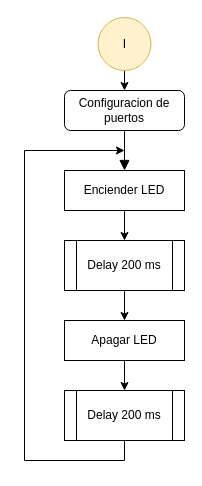
Earlier version of the draw.io diagram Diagrama de flujo TP1.drawio (rodrigovzq/Laboratorio-Microprocesadores). Source tidied: cells renumbered, new cells numbered last; positions are measured from the earlier drawing's top-left corner, leaving out a move shared by most shapes. Both pictures are drawn from the tidied source at 100%, with x=0, y=0 at pixel (24, 17).
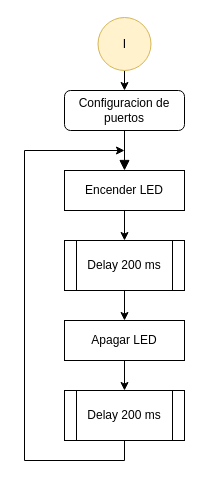
Above is the later version.

What changed in the source:
```diff
@@
 <mxGraphModel>
   <root>
     <mxCell id="0" />
     <mxCell id="1" parent="0" />
     <mxCell id="2" style="rounded=0;html=1;jettySize=auto;fontSize=11;endArrow=block;endFill=1;endSize=8;strokeWidth=1;shadow=0;labelBackgroundColor=none;edgeStyle=orthogonalEdgeStyle;entryX=0.5;entryY=0;entryDx=0;entryDy=0;" parent="1" edge="1" source="3" target="7">
       <mxGeometry relative="1" as="geometry" />
     </mxCell>
     <mxCell id="3" value="Configuracion de puertos" style="rounded=1;whiteSpace=wrap;html=1;fontSize=12;glass=0;strokeWidth=1;shadow=0;" parent="1" vertex="1">
       <mxGeometry x="40" y="73" width="120" height="40" as="geometry" />
     </mxCell>
     <mxCell id="4" style="edgeStyle=orthogonalEdgeStyle;rounded=0;jettySize=auto;html=1;exitX=0.5;exitY=1;exitDx=0;exitDy=0;entryX=0.5;entryY=0;entryDx=0;entryDy=0;fontColor=#FFFFFF;" parent="1" edge="1" source="5" target="3">
       <mxGeometry relative="1" as="geometry" />
     </mxCell>
     <mxCell id="5" value="I" style="ellipse;whiteSpace=wrap;html=1;fillColor=#fff2cc;strokeColor=#d6b656;" parent="1" vertex="1">
       <mxGeometry x="73.5" width="53" height="53" as="geometry" />
     </mxCell>
     <mxCell id="6" style="edgeStyle=orthogonalEdgeStyle;rounded=0;jettySize=auto;html=1;exitX=0.5;exitY=1;exitDx=0;exitDy=0;entryX=0.5;entryY=0;entryDx=0;entryDy=0;fontColor=#FFFFFF;" parent="1" edge="1" source="7" target="9">
       <mxGeometry relative="1" as="geometry" />
     </mxCell>
-    <mxCell id="7" value="Enciender LED" style="rounded=0;whiteSpace=wrap;html=1;" parent="1" vertex="1">
+    <mxCell id="7" value="Encender LED" style="rounded=0;whiteSpace=wrap;html=1;" parent="1" vertex="1">
       <mxGeometry x="40" y="153" width="120" height="40" as="geometry" />
     </mxCell>
     <mxCell id="8" style="edgeStyle=orthogonalEdgeStyle;rounded=0;jettySize=auto;html=1;entryX=0.5;entryY=0;entryDx=0;entryDy=0;fontColor=#FFFFFF;" parent="1" edge="1" source="9" target="11">
       <mxGeometry relative="1" as="geometry" />
     </mxCell>
     <mxCell id="9" value="Delay 200 ms" style="shape=process;whiteSpace=wrap;html=1;backgroundOutline=1;" parent="1" vertex="1">
       <mxGeometry x="40" y="223" width="120" height="50" as="geometry" />
     </mxCell>
     <mxCell id="10" style="edgeStyle=orthogonalEdgeStyle;rounded=0;jettySize=auto;html=1;fontColor=#FFFFFF;" parent="1" edge="1" source="11" target="13">
       <mxGeometry relative="1" as="geometry" />
     </mxCell>
     <mxCell id="11" value="Apagar LED" style="rounded=0;whiteSpace=wrap;html=1;" parent="1" vertex="1">
       <mxGeometry x="40" y="303" width="120" height="40" as="geometry" />
     </mxCell>
     <mxCell id="12" style="edgeStyle=orthogonalEdgeStyle;rounded=0;jettySize=auto;html=1;exitX=0.5;exitY=1;exitDx=0;exitDy=0;fontColor=#FFFFFF;" parent="1" edge="1" source="13">
       <mxGeometry relative="1" as="geometry">
         <mxPoint x="100" y="133" as="targetPoint" />
         <Array as="points">
           <mxPoint x="100" y="443" />
           <mxPoint y="443" />
           <mxPoint y="133" />
           <mxPoint x="100" y="133" />
         </Array>
       </mxGeometry>
     </mxCell>
     <mxCell id="13" value="Delay 200 ms" style="shape=process;whiteSpace=wrap;html=1;backgroundOutline=1;" parent="1" vertex="1">
       <mxGeometry x="40" y="373" width="120" height="50" as="geometry" />
     </mxCell>
   </root>
 </mxGraphModel>
```
